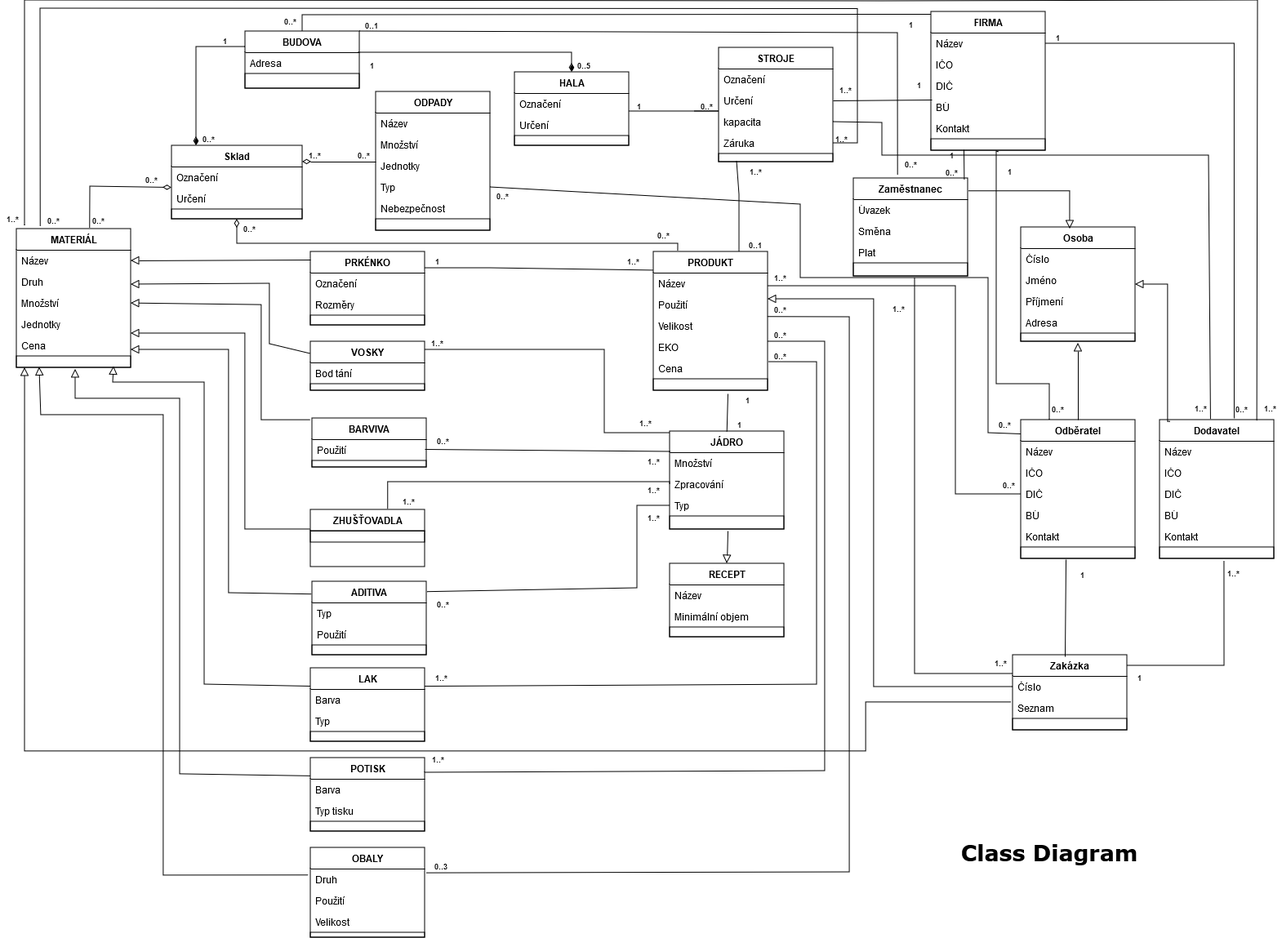
Above: SW_ING/Kosmeticka_tuzka.drawio.png in KarelMasa/pg (draw.io), before the change. Source tidied: cells renumbered, new cells last; positions are measured from the earlier drawing's top-left corner, leaving out a move shared by most shapes.
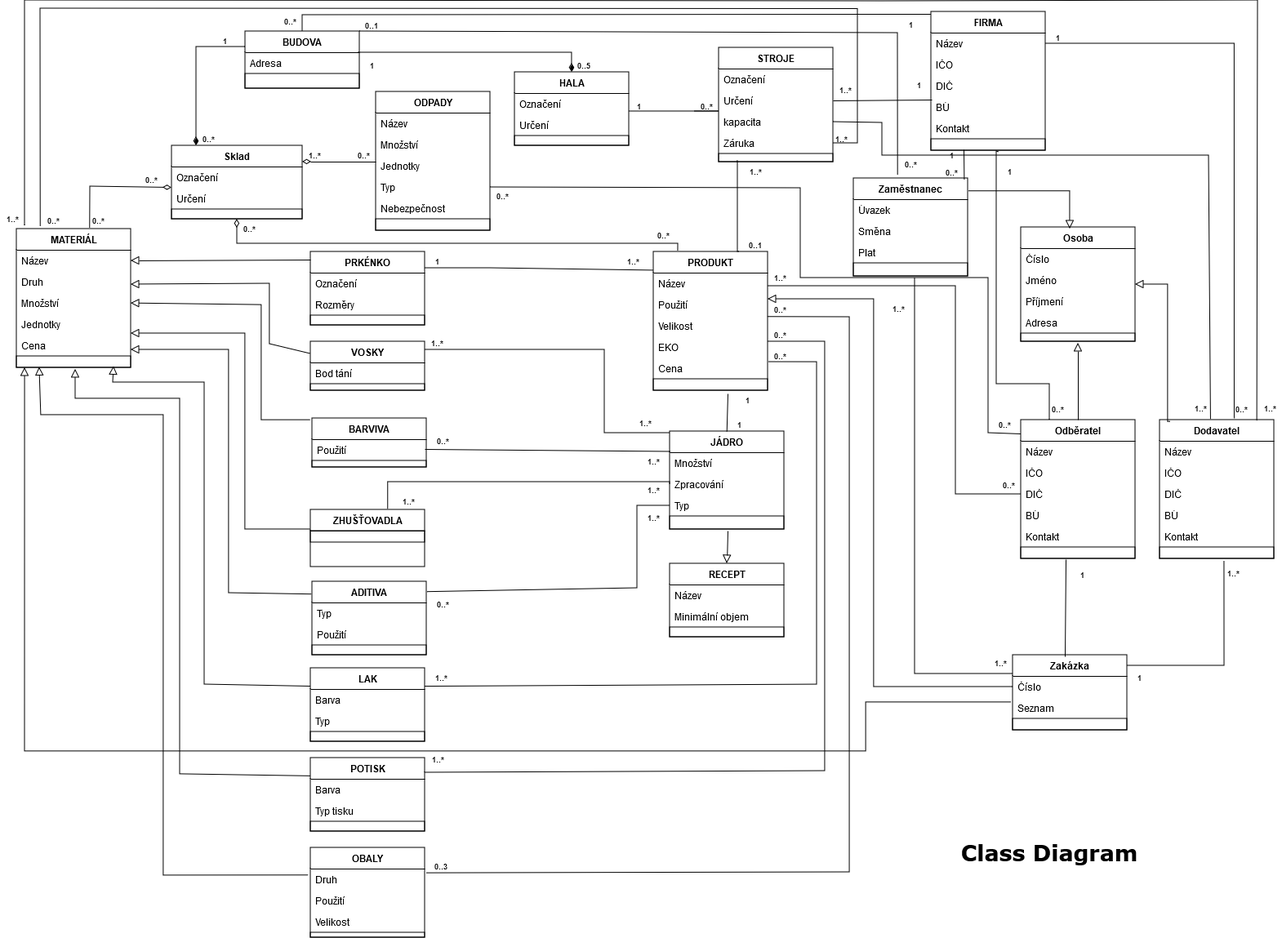
Later version of the same file.

The edit, as a diff of the source:
```diff
@@ -420,10 +420,10 @@
         </Array>
       </mxGeometry>
     </mxCell>
-    <mxCell id="112" style="endArrow=none;startArrow=none;endFill=0;startFill=0;html=1;verticalAlign=bottom;labelBackgroundColor=none;strokeWidth=1;startSize=8;endSize=8;rounded=0;entryX=0.75;entryY=0;entryDx=0;entryDy=0;exitX=0.157;exitY=0.9;exitDx=0;exitDy=0;exitPerimeter=0;" parent="1" edge="1" source="29" target="10">
+    <mxCell id="112" style="endArrow=none;startArrow=none;endFill=0;startFill=0;html=1;verticalAlign=bottom;labelBackgroundColor=none;strokeWidth=1;startSize=8;endSize=8;rounded=0;entryX=0.75;entryY=0;entryDx=0;entryDy=0;exitX=0.157;exitY=0.9;exitDx=0;exitDy=0;exitPerimeter=0;edgeStyle=elbowEdgeStyle;" parent="1" edge="1" source="29" target="10">
       <mxGeometry relative="1" as="geometry">
         <Array as="points">
-          <mxPoint x="905" y="238" />
+          <mxPoint x="903" y="260" />
         </Array>
       </mxGeometry>
     </mxCell>
@@ -674,7 +674,7 @@
     <mxCell id="177" style="endArrow=none;startArrow=none;endFill=0;startFill=0;endSize=8;html=1;verticalAlign=bottom;labelBackgroundColor=none;strokeWidth=1;rounded=0;entryX=0;entryY=0.103;entryDx=0;entryDy=0;entryPerimeter=0;exitX=1;exitY=0.5;exitDx=0;exitDy=0;" parent="1" edge="1" source="72" target="152">
       <mxGeometry relative="1" as="geometry">
         <Array as="points">
-          <mxPoint x="980" y="250" />
+          <mxPoint x="980" y="230" />
           <mxPoint x="980" y="340" />
           <mxPoint x="1210" y="340" />
           <mxPoint x="1210" y="530" />
```
